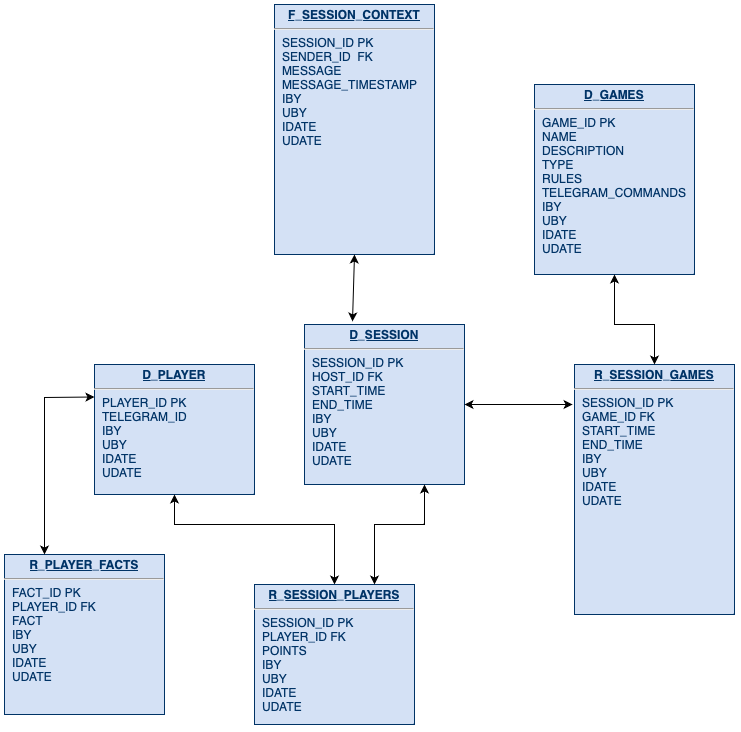
Earlier version of the draw.io export TgGameBotDataModel.png (paukkroa/TelegramGameMasterBot). Source tidied: cells renumbered, new cells last; positions are measured from the earlier drawing's top-left corner, leaving out a move shared by most shapes.
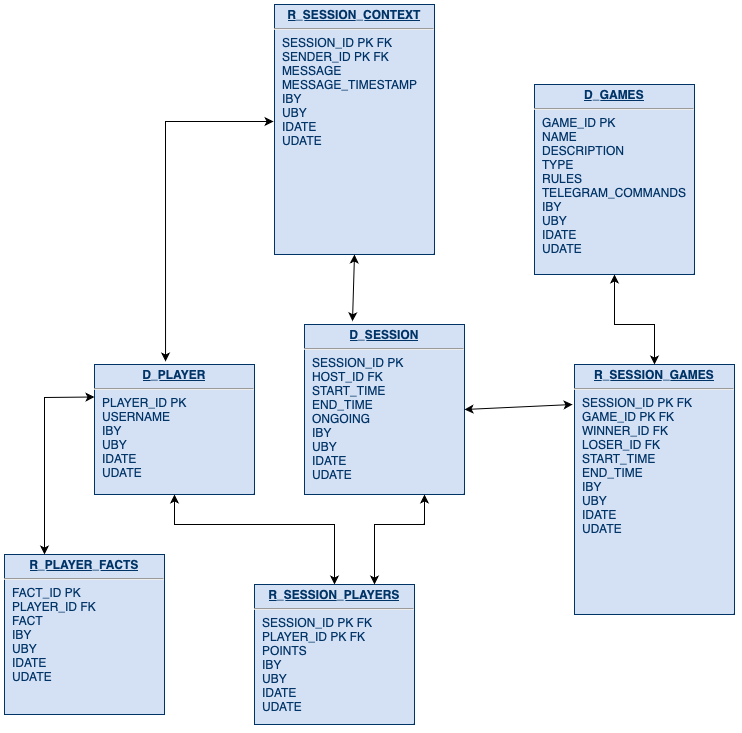
After the commit.

Commit message:
Updated datamodel graph

What changed in the source:
```diff
@@ -2,19 +2,19 @@
   <root>
     <mxCell id="0" />
     <mxCell id="1" parent="0" />
-    <mxCell id="2" value="&lt;p style=&quot;margin: 0px; margin-top: 4px; text-align: center; text-decoration: underline;&quot;&gt;&lt;b&gt;D_PLAYER&lt;/b&gt;&lt;/p&gt;&lt;hr&gt;&lt;p style=&quot;margin: 0px; margin-left: 8px;&quot;&gt;PLAYER_ID &lt;span style=&quot;white-space: pre;&quot;&gt;&lt;span style=&quot;white-space: pre;&quot;&gt;&lt;span style=&quot;white-space: pre;&quot;&gt;PK&lt;/span&gt;&lt;/span&gt;&lt;/span&gt;&lt;/p&gt;&lt;p style=&quot;margin: 0px; margin-left: 8px;&quot;&gt;TELEGRAM_ID&lt;/p&gt;&lt;p style=&quot;font-size: 12.000001px; margin: 0px 0px 0px 8px;&quot;&gt;IBY&lt;/p&gt;&lt;p style=&quot;font-size: 12.000001px; margin: 0px 0px 0px 8px;&quot;&gt;UBY&lt;/p&gt;&lt;p style=&quot;margin: 0px; margin-left: 8px;&quot;&gt;IDATE&lt;/p&gt;&lt;p style=&quot;margin: 0px; margin-left: 8px;&quot;&gt;UDATE&lt;/p&gt;" style="verticalAlign=top;align=left;overflow=fill;fontSize=12;fontFamily=Helvetica;html=1;strokeColor=#003366;shadow=1;fillColor=#D4E1F5;fontColor=#003366;" parent="1" vertex="1">
+    <mxCell id="2" value="&lt;p style=&quot;margin: 0px; margin-top: 4px; text-align: center; text-decoration: underline;&quot;&gt;&lt;b&gt;D_PLAYER&lt;/b&gt;&lt;/p&gt;&lt;hr&gt;&lt;p style=&quot;margin: 0px; margin-left: 8px;&quot;&gt;PLAYER_ID &lt;span style=&quot;white-space: pre;&quot;&gt;&lt;span style=&quot;white-space: pre;&quot;&gt;&lt;span style=&quot;white-space: pre;&quot;&gt;PK&lt;/span&gt;&lt;/span&gt;&lt;/span&gt;&lt;/p&gt;&lt;p style=&quot;margin: 0px; margin-left: 8px;&quot;&gt;USERNAME&lt;/p&gt;&lt;p style=&quot;font-size: 12.000001px; margin: 0px 0px 0px 8px;&quot;&gt;IBY&lt;/p&gt;&lt;p style=&quot;font-size: 12.000001px; margin: 0px 0px 0px 8px;&quot;&gt;UBY&lt;/p&gt;&lt;p style=&quot;margin: 0px; margin-left: 8px;&quot;&gt;IDATE&lt;/p&gt;&lt;p style=&quot;margin: 0px; margin-left: 8px;&quot;&gt;UDATE&lt;/p&gt;" style="verticalAlign=top;align=left;overflow=fill;fontSize=12;fontFamily=Helvetica;html=1;strokeColor=#003366;shadow=1;fillColor=#D4E1F5;fontColor=#003366;" parent="1" vertex="1">
       <mxGeometry x="90" y="360" width="160" height="130" as="geometry" />
     </mxCell>
     <mxCell id="3" value="&lt;p style=&quot;margin: 0px; margin-top: 4px; text-align: center; text-decoration: underline;&quot;&gt;&lt;b&gt;R_PLAYER_FACTS&lt;/b&gt;&lt;/p&gt;&lt;hr&gt;&lt;p style=&quot;margin: 0px; margin-left: 8px;&quot;&gt;FACT_ID PK&lt;/p&gt;&lt;p style=&quot;margin: 0px; margin-left: 8px;&quot;&gt;PLAYER_ID FK&lt;/p&gt;&lt;p style=&quot;margin: 0px; margin-left: 8px;&quot;&gt;FACT&lt;/p&gt;&lt;p style=&quot;font-size: 12.000001px; margin: 0px 0px 0px 8px;&quot;&gt;IBY&lt;/p&gt;&lt;p style=&quot;font-size: 12.000001px; margin: 0px 0px 0px 8px;&quot;&gt;UBY&lt;/p&gt;&lt;p style=&quot;margin: 0px; margin-left: 8px;&quot;&gt;IDATE&lt;/p&gt;&lt;p style=&quot;margin: 0px; margin-left: 8px;&quot;&gt;UDATE&lt;/p&gt;" style="verticalAlign=top;align=left;overflow=fill;fontSize=12;fontFamily=Helvetica;html=1;strokeColor=#003366;shadow=1;fillColor=#D4E1F5;fontColor=#003366;" parent="1" vertex="1">
       <mxGeometry y="550" width="160" height="160" as="geometry" />
     </mxCell>
-    <mxCell id="4" value="&lt;p style=&quot;margin: 0px; margin-top: 4px; text-align: center; text-decoration: underline;&quot;&gt;&lt;b&gt;D_SESSION&lt;/b&gt;&lt;/p&gt;&lt;hr&gt;&lt;p style=&quot;margin: 0px; margin-left: 8px;&quot;&gt;SESSION_ID&amp;nbsp;&lt;span style=&quot;white-space: pre;&quot;&gt;&lt;span style=&quot;white-space: pre;&quot;&gt;&lt;span style=&quot;white-space: pre;&quot;&gt;PK&lt;/span&gt;&lt;/span&gt;&lt;/span&gt;&lt;/p&gt;&lt;p style=&quot;margin: 0px; margin-left: 8px;&quot;&gt;HOST_ID FK&lt;/p&gt;&lt;p style=&quot;margin: 0px; margin-left: 8px;&quot;&gt;START_TIME&lt;/p&gt;&lt;p style=&quot;margin: 0px; margin-left: 8px;&quot;&gt;END_TIME&lt;/p&gt;&lt;p style=&quot;font-size: 12.000001px; margin: 0px 0px 0px 8px;&quot;&gt;IBY&lt;/p&gt;&lt;p style=&quot;font-size: 12.000001px; margin: 0px 0px 0px 8px;&quot;&gt;UBY&lt;/p&gt;&lt;p style=&quot;margin: 0px; margin-left: 8px;&quot;&gt;IDATE&lt;/p&gt;&lt;p style=&quot;margin: 0px; margin-left: 8px;&quot;&gt;UDATE&lt;/p&gt;" style="verticalAlign=top;align=left;overflow=fill;fontSize=12;fontFamily=Helvetica;html=1;strokeColor=#003366;shadow=1;fillColor=#D4E1F5;fontColor=#003366;" parent="1" vertex="1">
-      <mxGeometry x="300" y="320" width="160" height="160" as="geometry" />
+    <mxCell id="4" value="&lt;p style=&quot;margin: 0px; margin-top: 4px; text-align: center; text-decoration: underline;&quot;&gt;&lt;b&gt;D_SESSION&lt;/b&gt;&lt;/p&gt;&lt;hr&gt;&lt;p style=&quot;margin: 0px; margin-left: 8px;&quot;&gt;SESSION_ID&amp;nbsp;&lt;span style=&quot;white-space: pre;&quot;&gt;&lt;span style=&quot;white-space: pre;&quot;&gt;&lt;span style=&quot;white-space: pre;&quot;&gt;PK&lt;/span&gt;&lt;/span&gt;&lt;/span&gt;&lt;/p&gt;&lt;p style=&quot;margin: 0px; margin-left: 8px;&quot;&gt;HOST_ID FK&lt;/p&gt;&lt;p style=&quot;margin: 0px; margin-left: 8px;&quot;&gt;START_TIME&lt;/p&gt;&lt;p style=&quot;margin: 0px; margin-left: 8px;&quot;&gt;END_TIME&lt;/p&gt;&lt;p style=&quot;margin: 0px; margin-left: 8px;&quot;&gt;ONGOING&lt;/p&gt;&lt;p style=&quot;font-size: 12.000001px; margin: 0px 0px 0px 8px;&quot;&gt;IBY&lt;/p&gt;&lt;p style=&quot;font-size: 12.000001px; margin: 0px 0px 0px 8px;&quot;&gt;UBY&lt;/p&gt;&lt;p style=&quot;margin: 0px; margin-left: 8px;&quot;&gt;IDATE&lt;/p&gt;&lt;p style=&quot;margin: 0px; margin-left: 8px;&quot;&gt;UDATE&lt;/p&gt;" style="verticalAlign=top;align=left;overflow=fill;fontSize=12;fontFamily=Helvetica;html=1;strokeColor=#003366;shadow=1;fillColor=#D4E1F5;fontColor=#003366;" parent="1" vertex="1">
+      <mxGeometry x="300" y="320" width="160" height="170" as="geometry" />
     </mxCell>
     <mxCell id="5" value="&lt;p style=&quot;margin: 0px; margin-top: 4px; text-align: center; text-decoration: underline;&quot;&gt;&lt;b&gt;D_GAMES&lt;/b&gt;&lt;/p&gt;&lt;hr&gt;&lt;p style=&quot;margin: 0px; margin-left: 8px;&quot;&gt;GAME_ID&amp;nbsp;&lt;span style=&quot;white-space: pre;&quot;&gt;&lt;span style=&quot;white-space: pre;&quot;&gt;&lt;span style=&quot;white-space: pre;&quot;&gt;PK&lt;/span&gt;&lt;/span&gt;&lt;/span&gt;&lt;/p&gt;&lt;p style=&quot;margin: 0px; margin-left: 8px;&quot;&gt;NAME&lt;/p&gt;&lt;p style=&quot;margin: 0px; margin-left: 8px;&quot;&gt;DESCRIPTION&lt;/p&gt;&lt;p style=&quot;margin: 0px; margin-left: 8px;&quot;&gt;TYPE&lt;/p&gt;&lt;p style=&quot;margin: 0px; margin-left: 8px;&quot;&gt;RULES&lt;/p&gt;&lt;p style=&quot;margin: 0px; margin-left: 8px;&quot;&gt;TELEGRAM_COMMANDS&lt;/p&gt;&lt;p style=&quot;margin: 0px; margin-left: 8px;&quot;&gt;IBY&lt;/p&gt;&lt;p style=&quot;margin: 0px; margin-left: 8px;&quot;&gt;UBY&lt;/p&gt;&lt;p style=&quot;margin: 0px; margin-left: 8px;&quot;&gt;IDATE&lt;/p&gt;&lt;p style=&quot;margin: 0px; margin-left: 8px;&quot;&gt;UDATE&lt;/p&gt;" style="verticalAlign=top;align=left;overflow=fill;fontSize=12;fontFamily=Helvetica;html=1;strokeColor=#003366;shadow=1;fillColor=#D4E1F5;fontColor=#003366;" parent="1" vertex="1">
       <mxGeometry x="530" y="80" width="160" height="190" as="geometry" />
     </mxCell>
-    <mxCell id="6" value="&lt;p style=&quot;margin: 0px; margin-top: 4px; text-align: center; text-decoration: underline;&quot;&gt;&lt;b&gt;R_SESSION_GAMES&lt;/b&gt;&lt;/p&gt;&lt;hr&gt;&lt;p style=&quot;margin: 0px; margin-left: 8px;&quot;&gt;SESSION_ID&amp;nbsp;&lt;span style=&quot;white-space: pre;&quot;&gt;&lt;span style=&quot;white-space: pre;&quot;&gt;&lt;span style=&quot;white-space: pre;&quot;&gt;PK&lt;/span&gt;&lt;/span&gt;&lt;/span&gt;&lt;/p&gt;&lt;p style=&quot;margin: 0px; margin-left: 8px;&quot;&gt;GAME_ID FK&lt;/p&gt;&lt;p style=&quot;margin: 0px; margin-left: 8px;&quot;&gt;START_TIME&lt;/p&gt;&lt;p style=&quot;margin: 0px; margin-left: 8px;&quot;&gt;END_TIME&lt;/p&gt;&lt;p style=&quot;font-size: 12.000001px; margin: 0px 0px 0px 8px;&quot;&gt;IBY&lt;/p&gt;&lt;p style=&quot;font-size: 12.000001px; margin: 0px 0px 0px 8px;&quot;&gt;UBY&lt;/p&gt;&lt;p style=&quot;margin: 0px; margin-left: 8px;&quot;&gt;IDATE&lt;/p&gt;&lt;p style=&quot;margin: 0px; margin-left: 8px;&quot;&gt;UDATE&lt;/p&gt;" style="verticalAlign=top;align=left;overflow=fill;fontSize=12;fontFamily=Helvetica;html=1;strokeColor=#003366;shadow=1;fillColor=#D4E1F5;fontColor=#003366;" parent="1" vertex="1">
+    <mxCell id="6" value="&lt;p style=&quot;margin: 0px; margin-top: 4px; text-align: center; text-decoration: underline;&quot;&gt;&lt;b&gt;R_SESSION_GAMES&lt;/b&gt;&lt;/p&gt;&lt;hr&gt;&lt;p style=&quot;margin: 0px; margin-left: 8px;&quot;&gt;SESSION_ID&amp;nbsp;&lt;span style=&quot;white-space: pre;&quot;&gt;&lt;span style=&quot;white-space: pre;&quot;&gt;&lt;span style=&quot;white-space: pre;&quot;&gt;PK FK&lt;/span&gt;&lt;/span&gt;&lt;/span&gt;&lt;/p&gt;&lt;p style=&quot;margin: 0px; margin-left: 8px;&quot;&gt;GAME_ID PK FK&lt;/p&gt;&lt;p style=&quot;margin: 0px; margin-left: 8px;&quot;&gt;WINNER_ID FK&lt;/p&gt;&lt;p style=&quot;margin: 0px; margin-left: 8px;&quot;&gt;LOSER_ID FK&lt;/p&gt;&lt;p style=&quot;margin: 0px; margin-left: 8px;&quot;&gt;START_TIME&lt;/p&gt;&lt;p style=&quot;margin: 0px; margin-left: 8px;&quot;&gt;END_TIME&lt;/p&gt;&lt;p style=&quot;font-size: 12.000001px; margin: 0px 0px 0px 8px;&quot;&gt;IBY&lt;/p&gt;&lt;p style=&quot;font-size: 12.000001px; margin: 0px 0px 0px 8px;&quot;&gt;UBY&lt;/p&gt;&lt;p style=&quot;margin: 0px; margin-left: 8px;&quot;&gt;IDATE&lt;/p&gt;&lt;p style=&quot;margin: 0px; margin-left: 8px;&quot;&gt;UDATE&lt;/p&gt;" style="verticalAlign=top;align=left;overflow=fill;fontSize=12;fontFamily=Helvetica;html=1;strokeColor=#003366;shadow=1;fillColor=#D4E1F5;fontColor=#003366;" parent="1" vertex="1">
       <mxGeometry x="570" y="360" width="160" height="250" as="geometry" />
     </mxCell>
     <mxCell id="7" style="endArrow=classic;startArrow=classic;html=1;rounded=0;entryX=0;entryY=0.25;entryDx=0;entryDy=0;exitX=0.25;exitY=0;exitDx=0;exitDy=0;" parent="1" edge="1" source="3" target="2">
@@ -37,7 +37,7 @@
         <mxPoint x="300" y="600" as="sourcePoint" />
       </mxGeometry>
     </mxCell>
-    <mxCell id="10" value="&lt;p style=&quot;margin: 0px; margin-top: 4px; text-align: center; text-decoration: underline;&quot;&gt;&lt;b&gt;R_SESSION_PLAYERS&lt;/b&gt;&lt;/p&gt;&lt;hr&gt;&lt;p style=&quot;margin: 0px; margin-left: 8px;&quot;&gt;SESSION_ID&amp;nbsp;&lt;span style=&quot;white-space: pre;&quot;&gt;&lt;span style=&quot;white-space: pre;&quot;&gt;&lt;span style=&quot;white-space: pre;&quot;&gt;PK&lt;/span&gt;&lt;/span&gt;&lt;/span&gt;&lt;/p&gt;&lt;p style=&quot;margin: 0px; margin-left: 8px;&quot;&gt;PLAYER_ID FK&lt;/p&gt;&lt;p style=&quot;margin: 0px; margin-left: 8px;&quot;&gt;POINTS&lt;/p&gt;&lt;p style=&quot;font-size: 12.000001px; margin: 0px 0px 0px 8px;&quot;&gt;IBY&lt;/p&gt;&lt;p style=&quot;font-size: 12.000001px; margin: 0px 0px 0px 8px;&quot;&gt;UBY&lt;/p&gt;&lt;p style=&quot;margin: 0px; margin-left: 8px;&quot;&gt;IDATE&lt;/p&gt;&lt;p style=&quot;margin: 0px; margin-left: 8px;&quot;&gt;UDATE&lt;/p&gt;" style="verticalAlign=top;align=left;overflow=fill;fontSize=12;fontFamily=Helvetica;html=1;strokeColor=#003366;shadow=1;fillColor=#D4E1F5;fontColor=#003366;" parent="1" vertex="1">
+    <mxCell id="10" value="&lt;p style=&quot;margin: 0px; margin-top: 4px; text-align: center; text-decoration: underline;&quot;&gt;&lt;b&gt;R_SESSION_PLAYERS&lt;/b&gt;&lt;/p&gt;&lt;hr&gt;&lt;p style=&quot;margin: 0px; margin-left: 8px;&quot;&gt;SESSION_ID&amp;nbsp;&lt;span style=&quot;white-space: pre;&quot;&gt;&lt;span style=&quot;white-space: pre;&quot;&gt;&lt;span style=&quot;white-space: pre;&quot;&gt;PK FK&lt;/span&gt;&lt;/span&gt;&lt;/span&gt;&lt;/p&gt;&lt;p style=&quot;margin: 0px; margin-left: 8px;&quot;&gt;PLAYER_ID PK FK&lt;/p&gt;&lt;p style=&quot;margin: 0px; margin-left: 8px;&quot;&gt;POINTS&lt;/p&gt;&lt;p style=&quot;font-size: 12.000001px; margin: 0px 0px 0px 8px;&quot;&gt;IBY&lt;/p&gt;&lt;p style=&quot;font-size: 12.000001px; margin: 0px 0px 0px 8px;&quot;&gt;UBY&lt;/p&gt;&lt;p style=&quot;margin: 0px; margin-left: 8px;&quot;&gt;IDATE&lt;/p&gt;&lt;p style=&quot;margin: 0px; margin-left: 8px;&quot;&gt;UDATE&lt;/p&gt;" style="verticalAlign=top;align=left;overflow=fill;fontSize=12;fontFamily=Helvetica;html=1;strokeColor=#003366;shadow=1;fillColor=#D4E1F5;fontColor=#003366;" parent="1" vertex="1">
       <mxGeometry x="250" y="580" width="160" height="140" as="geometry" />
     </mxCell>
     <mxCell id="11" style="endArrow=classic;startArrow=classic;html=1;rounded=0;entryX=0.75;entryY=1;entryDx=0;entryDy=0;exitX=0.75;exitY=0;exitDx=0;exitDy=0;" parent="1" edge="1" source="10" target="4">
@@ -59,11 +59,18 @@
         </Array>
       </mxGeometry>
     </mxCell>
-    <mxCell id="14" value="&lt;p style=&quot;margin: 0px; margin-top: 4px; text-align: center; text-decoration: underline;&quot;&gt;&lt;b&gt;F_SESSION_CONTEXT&lt;/b&gt;&lt;/p&gt;&lt;hr&gt;&lt;p style=&quot;margin: 0px; margin-left: 8px;&quot;&gt;SESSION_ID&amp;nbsp;&lt;span style=&quot;white-space: pre;&quot;&gt;&lt;span style=&quot;white-space: pre;&quot;&gt;&lt;span style=&quot;white-space: pre;&quot;&gt;PK&lt;/span&gt;&lt;/span&gt;&lt;/span&gt;&lt;/p&gt;&lt;p style=&quot;margin: 0px; margin-left: 8px;&quot;&gt;SENDER_ID &amp;nbsp;FK&lt;/p&gt;&lt;p style=&quot;margin: 0px; margin-left: 8px;&quot;&gt;MESSAGE&lt;/p&gt;&lt;p style=&quot;margin: 0px; margin-left: 8px;&quot;&gt;MESSAGE_TIMESTAMP&lt;/p&gt;&lt;p style=&quot;font-size: 12.000001px; margin: 0px 0px 0px 8px;&quot;&gt;IBY&lt;/p&gt;&lt;p style=&quot;font-size: 12.000001px; margin: 0px 0px 0px 8px;&quot;&gt;UBY&lt;/p&gt;&lt;p style=&quot;margin: 0px; margin-left: 8px;&quot;&gt;IDATE&lt;/p&gt;&lt;p style=&quot;margin: 0px; margin-left: 8px;&quot;&gt;UDATE&lt;/p&gt;" style="verticalAlign=top;align=left;overflow=fill;fontSize=12;fontFamily=Helvetica;html=1;strokeColor=#003366;shadow=1;fillColor=#D4E1F5;fontColor=#003366;" parent="1" vertex="1">
+    <mxCell id="14" value="&lt;p style=&quot;margin: 0px; margin-top: 4px; text-align: center; text-decoration: underline;&quot;&gt;&lt;b&gt;R_SESSION_CONTEXT&lt;/b&gt;&lt;/p&gt;&lt;hr&gt;&lt;p style=&quot;margin: 0px; margin-left: 8px;&quot;&gt;SESSION_ID&amp;nbsp;&lt;span style=&quot;white-space: pre;&quot;&gt;&lt;span style=&quot;white-space: pre;&quot;&gt;&lt;span style=&quot;white-space: pre;&quot;&gt;PK FK&lt;/span&gt;&lt;/span&gt;&lt;/span&gt;&lt;/p&gt;&lt;p style=&quot;margin: 0px; margin-left: 8px;&quot;&gt;SENDER_ID PK FK&lt;/p&gt;&lt;p style=&quot;margin: 0px; margin-left: 8px;&quot;&gt;MESSAGE&lt;/p&gt;&lt;p style=&quot;margin: 0px; margin-left: 8px;&quot;&gt;MESSAGE_TIMESTAMP&lt;/p&gt;&lt;p style=&quot;font-size: 12.000001px; margin: 0px 0px 0px 8px;&quot;&gt;IBY&lt;/p&gt;&lt;p style=&quot;font-size: 12.000001px; margin: 0px 0px 0px 8px;&quot;&gt;UBY&lt;/p&gt;&lt;p style=&quot;margin: 0px; margin-left: 8px;&quot;&gt;IDATE&lt;/p&gt;&lt;p style=&quot;margin: 0px; margin-left: 8px;&quot;&gt;UDATE&lt;/p&gt;" style="verticalAlign=top;align=left;overflow=fill;fontSize=12;fontFamily=Helvetica;html=1;strokeColor=#003366;shadow=1;fillColor=#D4E1F5;fontColor=#003366;" parent="1" vertex="1">
       <mxGeometry x="270" width="160" height="250" as="geometry" />
     </mxCell>
     <mxCell id="15" style="endArrow=classic;startArrow=classic;html=1;rounded=0;entryX=0.5;entryY=1;entryDx=0;entryDy=0;exitX=0.3;exitY=-0.019;exitDx=0;exitDy=0;exitPerimeter=0;" parent="1" edge="1" source="4" target="14">
       <mxGeometry relative="1" as="geometry" />
     </mxCell>
+    <mxCell id="16" style="endArrow=classic;startArrow=classic;html=1;rounded=0;exitX=0.444;exitY=-0.023;exitDx=0;exitDy=0;exitPerimeter=0;entryX=-0.006;entryY=0.468;entryDx=0;entryDy=0;entryPerimeter=0;" parent="1" edge="1" source="2" target="14">
+      <mxGeometry relative="1" as="geometry">
+        <Array as="points">
+          <mxPoint x="161" y="117" />
+        </Array>
+      </mxGeometry>
+    </mxCell>
   </root>
 </mxGraphModel>
```
